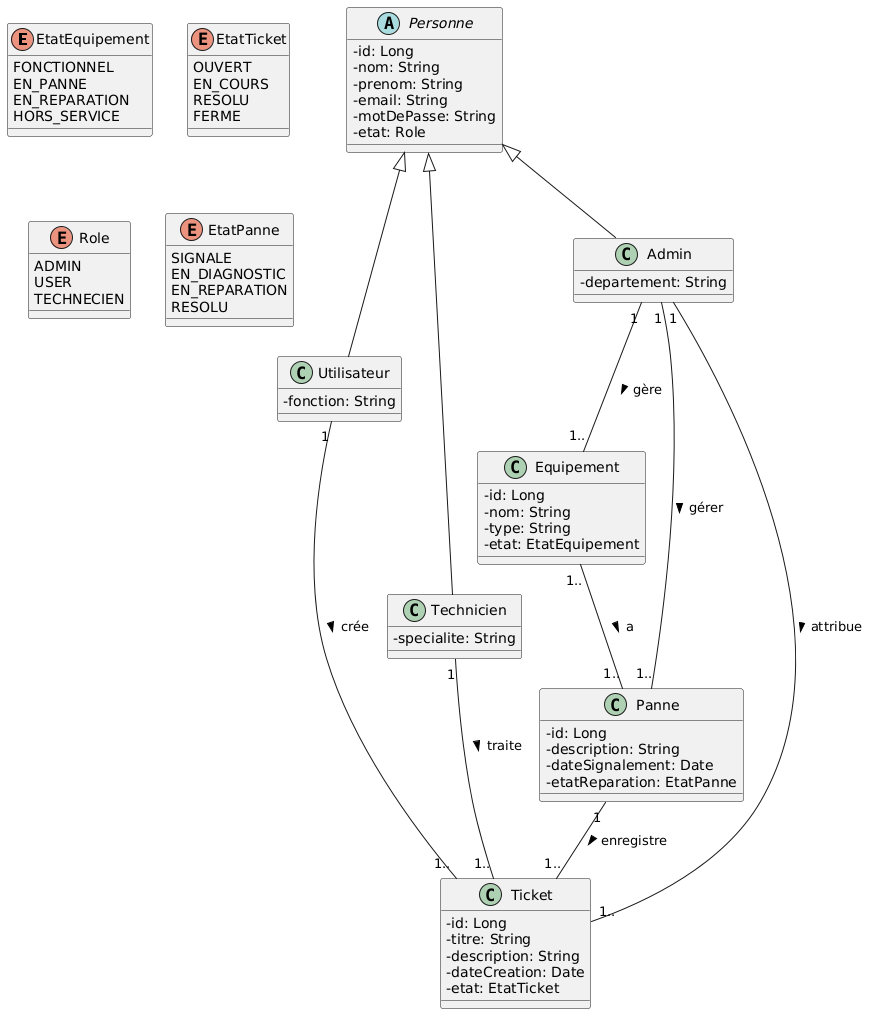
hajar200207/IT_support_App_MRI keeps this PlantUML diagram as Conception Uml/diagramme de classe.png. Above is the earlier version.
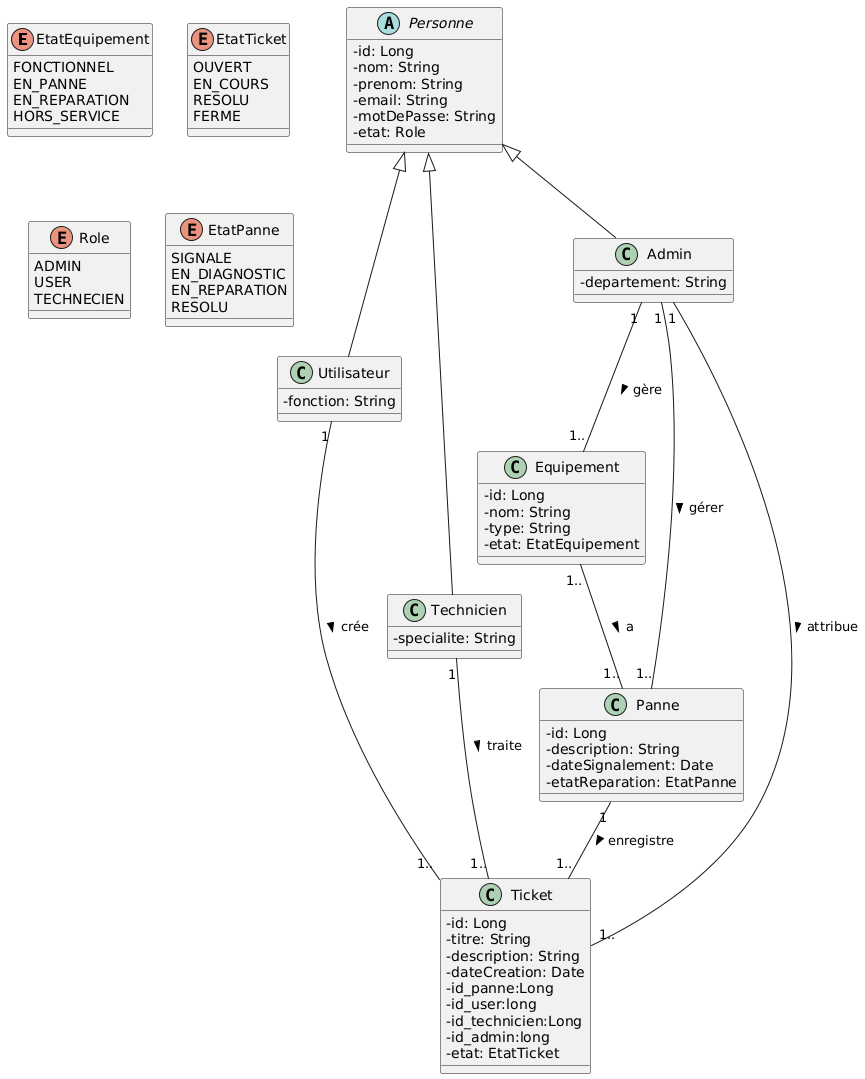
After the change.

Commit message:
update diagramme de classe

Change to the diagram source:
```diff
@@ -70,6 +70,10 @@
   -titre: String
   -description: String
   -dateCreation: Date
+  -id_panne:Long
+  -id_user:long
+  -id_technicien:Long
+  -id_admin:long
   -etat: EtatTicket
 }
 
```
